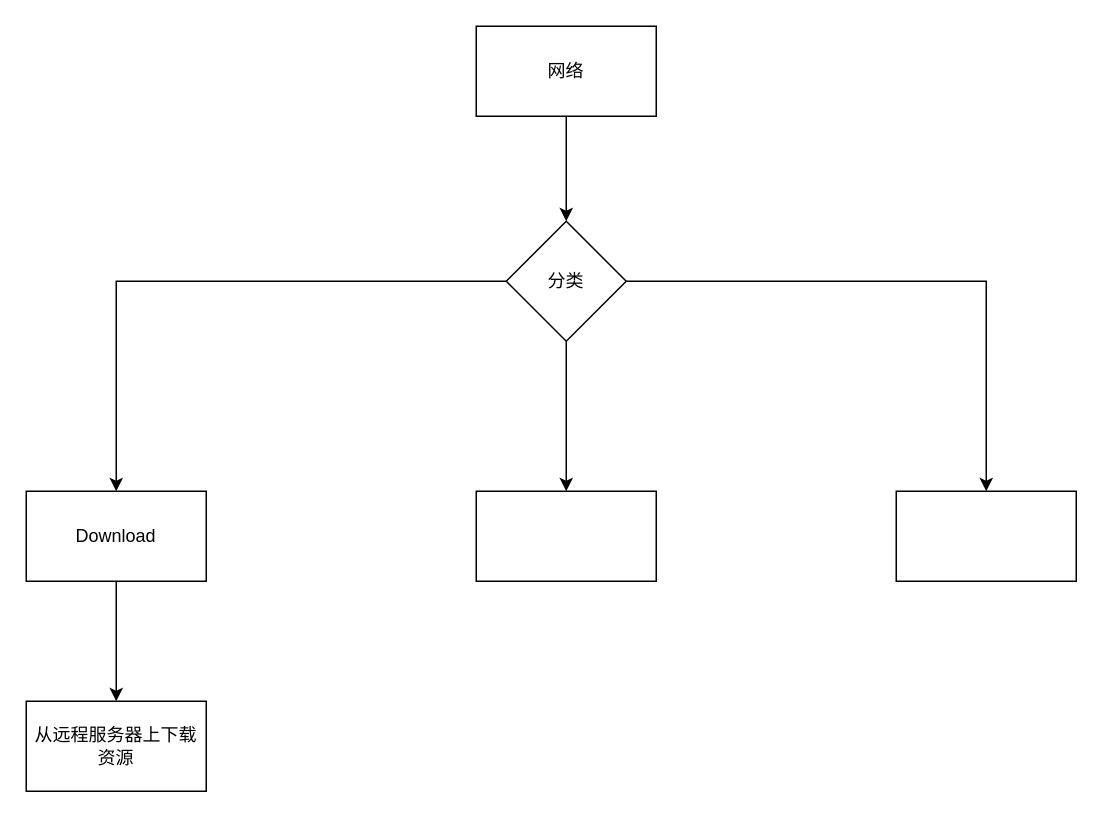
Above: Untitled Diagram.drawio in xzp3094997376/DrawIO (draw.io), before the change. Source tidied: cells renumbered, new cells numbered last; positions are measured from the earlier drawing's top-left corner, leaving out a move shared by most shapes. Both pictures are drawn from the tidied source at 150%, with x=0, y=0 at pixel (26, 26).
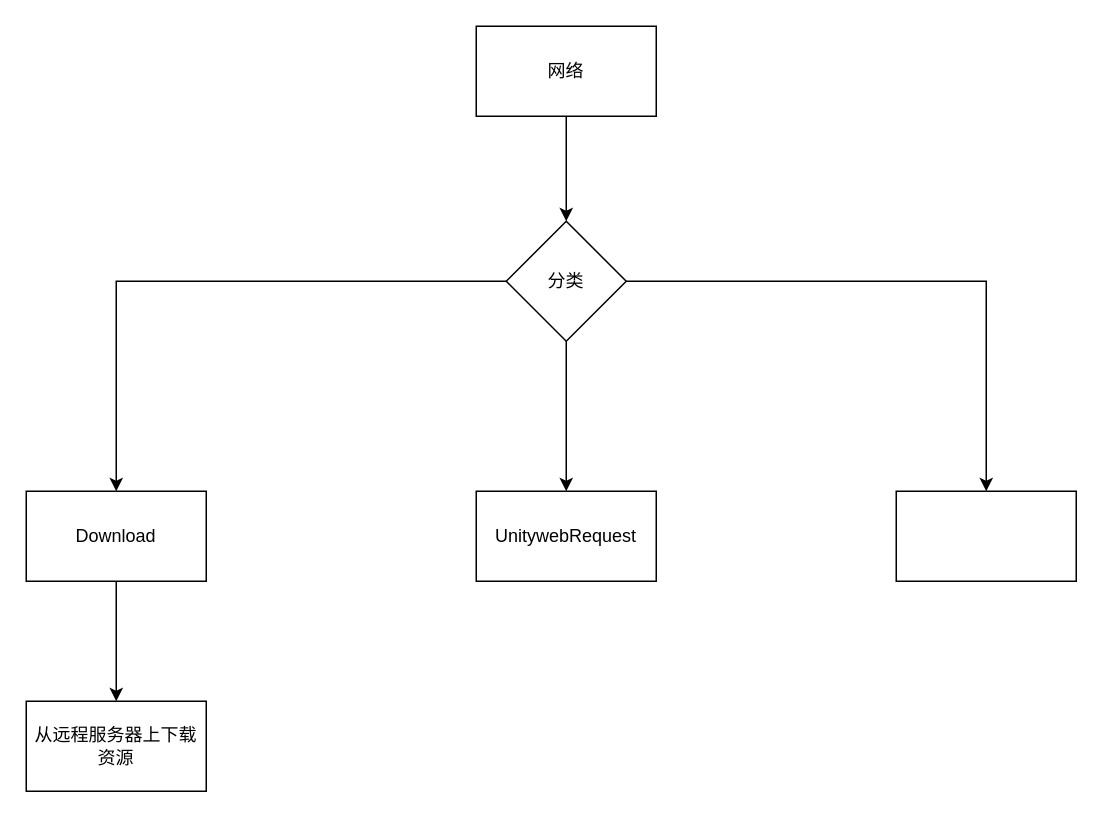
After the change.

Change to the diagram source:
```diff
@@
 <mxGraphModel>
   <root>
     <mxCell id="0" />
     <mxCell id="1" parent="0" />
     <mxCell id="2" style="edgeStyle=orthogonalEdgeStyle;rounded=0;jettySize=auto;html=1;" parent="1" edge="1" source="3" target="7">
       <mxGeometry relative="1" as="geometry" />
     </mxCell>
     <mxCell id="3" value="网络" style="whiteSpace=wrap;html=1;" parent="1" vertex="1">
       <mxGeometry x="300" width="120" height="60" as="geometry" />
     </mxCell>
     <mxCell id="4" style="edgeStyle=orthogonalEdgeStyle;rounded=0;jettySize=auto;html=1;" parent="1" edge="1" source="7" target="9">
       <mxGeometry relative="1" as="geometry" />
     </mxCell>
     <mxCell id="5" style="edgeStyle=orthogonalEdgeStyle;rounded=0;jettySize=auto;html=1;" parent="1" edge="1" source="7" target="10">
       <mxGeometry relative="1" as="geometry" />
     </mxCell>
     <mxCell id="6" style="edgeStyle=orthogonalEdgeStyle;rounded=0;jettySize=auto;html=1;" parent="1" edge="1" source="7" target="11">
       <mxGeometry relative="1" as="geometry" />
     </mxCell>
     <mxCell id="7" value="分类" style="rhombus;whiteSpace=wrap;html=1;" parent="1" vertex="1">
       <mxGeometry x="320" y="130" width="80" height="80" as="geometry" />
     </mxCell>
     <mxCell id="8" style="edgeStyle=orthogonalEdgeStyle;rounded=0;jettySize=auto;html=1;" parent="1" edge="1" source="9" target="12">
       <mxGeometry relative="1" as="geometry" />
     </mxCell>
     <mxCell id="9" value="Download" style="whiteSpace=wrap;html=1;" parent="1" vertex="1">
       <mxGeometry y="310" width="120" height="60" as="geometry" />
     </mxCell>
-    <mxCell id="10" style="whiteSpace=wrap;html=1;" parent="1" vertex="1">
+    <mxCell id="10" value="UnitywebRequest" style="whiteSpace=wrap;html=1;" parent="1" vertex="1">
       <mxGeometry x="300" y="310" width="120" height="60" as="geometry" />
     </mxCell>
     <mxCell id="11" style="whiteSpace=wrap;html=1;" parent="1" vertex="1">
       <mxGeometry x="580" y="310" width="120" height="60" as="geometry" />
     </mxCell>
     <mxCell id="12" value="从远程服务器上下载资源" style="whiteSpace=wrap;html=1;" parent="1" vertex="1">
       <mxGeometry y="450" width="120" height="60" as="geometry" />
     </mxCell>
   </root>
 </mxGraphModel>
```
